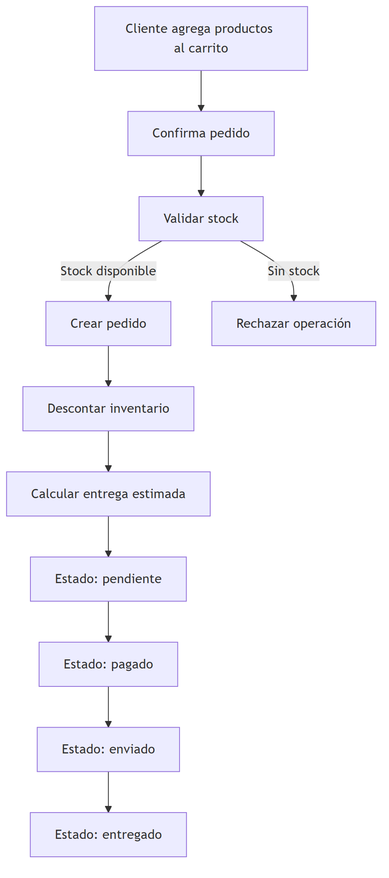
Earlier version of the Mermaid export docs/backend/diagrams/flujo_pedido.png (git-oojl/daybed). Its source is kept beside it as docs/backend/diagrams/flujo_pedido.mmd.
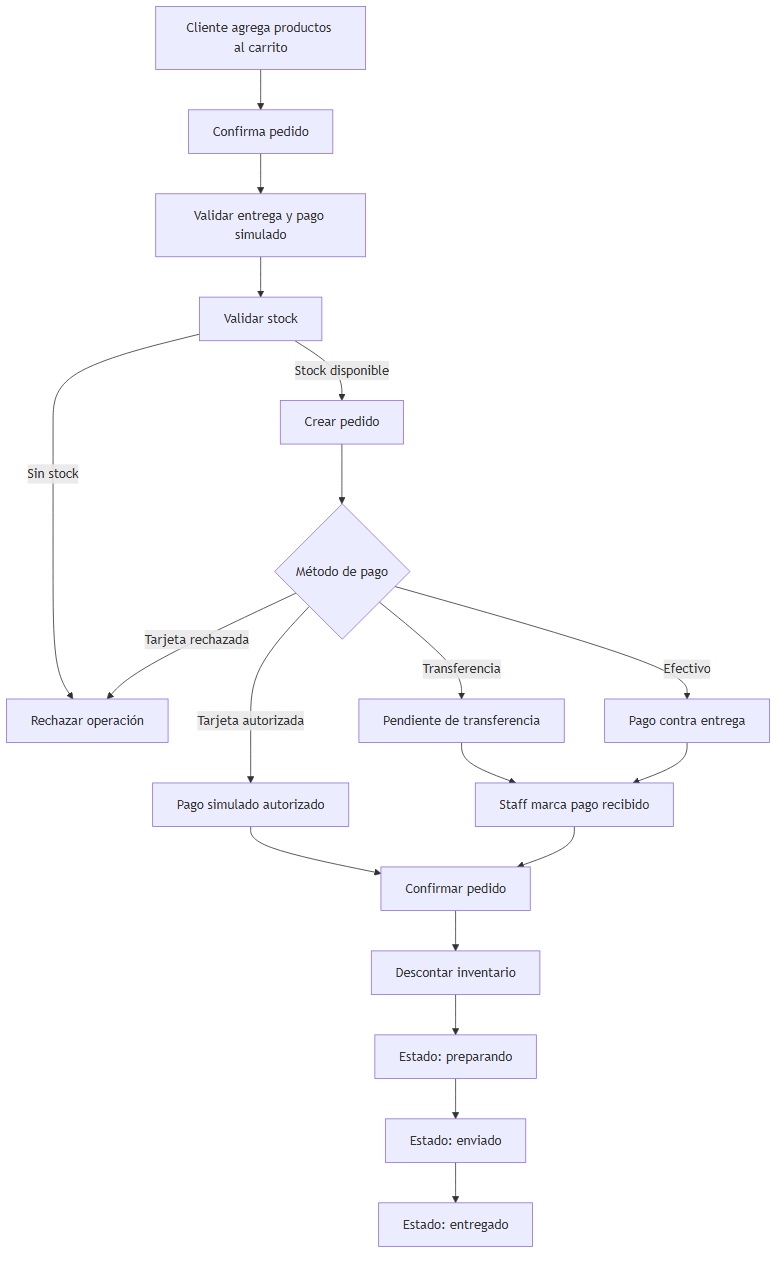
After the commit.

Diff of the diagram source:
```diff
@@ -1,11 +1,19 @@
 flowchart TD
     A[Cliente agrega productos al carrito] --> B[Confirma pedido]
-    B --> C[Validar stock]
-    C -->|Stock disponible| D[Crear pedido]
-    C -->|Sin stock| E[Rechazar operación]
-    D --> F[Descontar inventario]
-    F --> G[Calcular entrega estimada]
-    G --> H[Estado: pendiente]
-    H --> I[Estado: pagado]
-    I --> J[Estado: enviado]
-    J --> K[Estado: entregado]
+    B --> C[Validar entrega y pago simulado]
+    C --> D[Validar stock]
+    D -->|Stock disponible| E[Crear pedido]
+    D -->|Sin stock| F[Rechazar operación]
+    E --> G{Método de pago}
+    G -->|Tarjeta autorizada| H[Pago simulado autorizado]
+    G -->|Transferencia| I[Pendiente de transferencia]
+    G -->|Efectivo| J[Pago contra entrega]
+    G -->|Tarjeta rechazada| F
+    H --> K[Confirmar pedido]
+    I --> L[Staff marca pago recibido]
+    J --> L
+    L --> K
+    K --> M[Descontar inventario]
+    M --> N[Estado: preparando]
+    N --> O[Estado: enviado]
+    O --> P[Estado: entregado]
```
